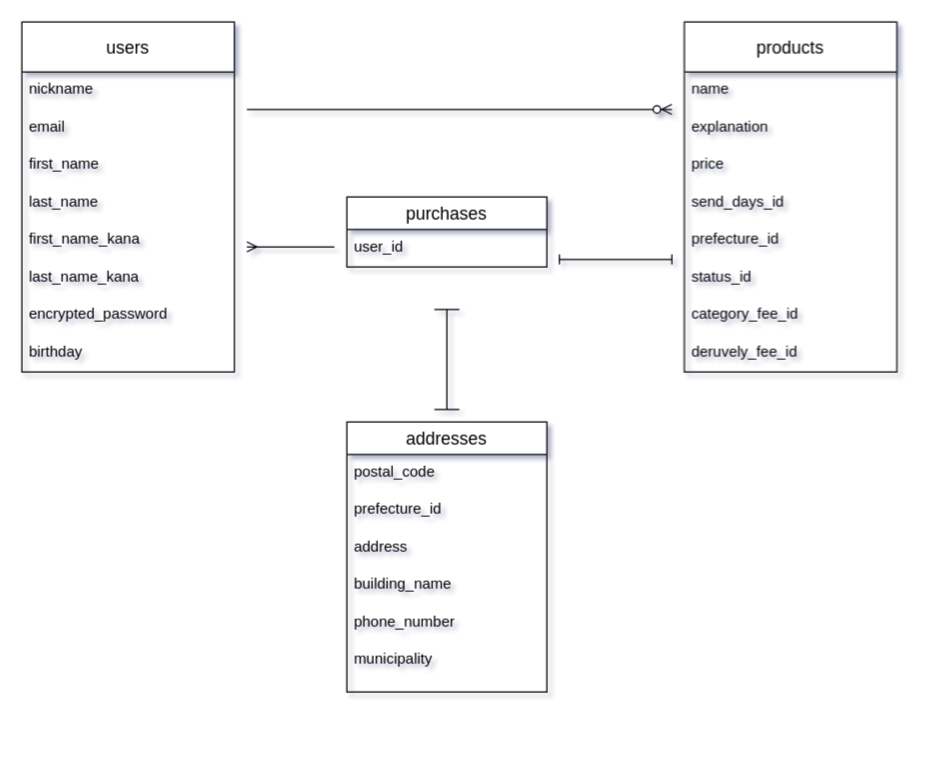
Before: er.dio in xxyychyo/furima-37867, a draw.io diagram. Source tidied: cells renumbered, new cells numbered last; positions are measured from the earlier drawing's top-left corner, leaving out a move shared by most shapes. Both pictures are drawn from the tidied source at 125%, with x=0, y=0 at pixel (21, 21).
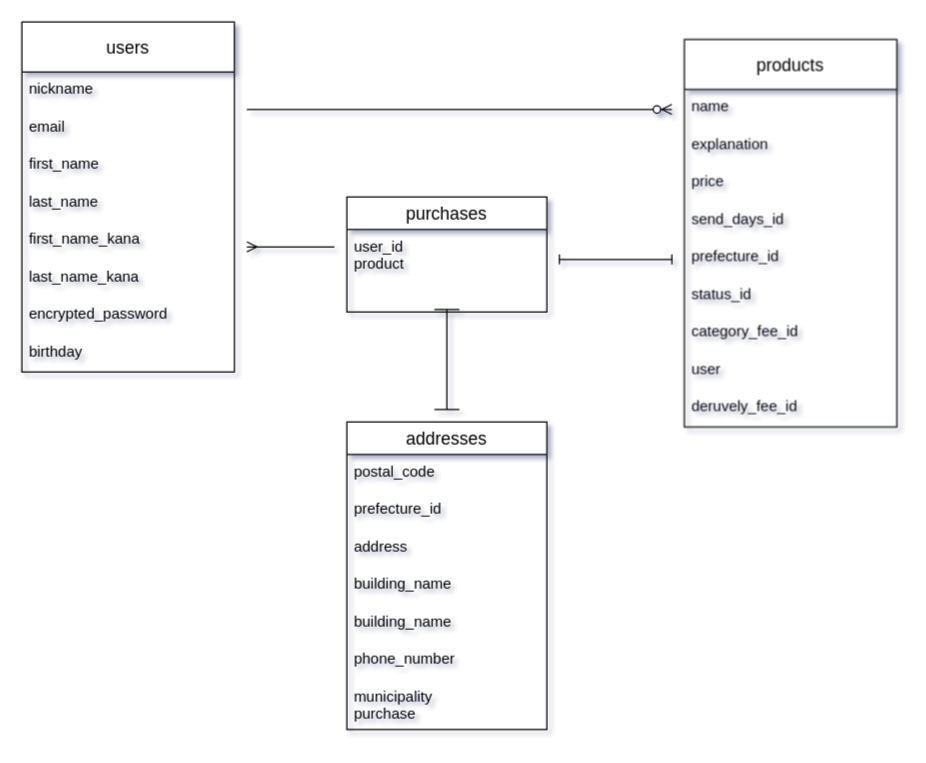
Above is the later version.

Change to the diagram source:
```diff
@@
     <mxCell id="2" value="products" style="swimlane;fontStyle=0;horizontal=1;startSize=40;align=center;fontSize=14;direction=east;" parent="1" vertex="1">
-      <mxGeometry x="530" width="170" height="280" as="geometry" />
+      <mxGeometry x="530" y="14" width="170" height="310" as="geometry" />
     </mxCell>
@@
+    <mxCell id="33" value="user&#10;" style="text;strokeColor=none;fillColor=none;spacingLeft=4;spacingRight=4;overflow=hidden;fontSize=12;" parent="2" vertex="1">
+      <mxGeometry y="250" width="170" height="30" as="geometry" />
+    </mxCell>
     <mxCell id="10" value="deruvely_fee_id" style="text;strokeColor=none;fillColor=none;spacingLeft=4;spacingRight=4;overflow=hidden;fontSize=12;" parent="2" vertex="1">
-      <mxGeometry y="250" width="170" height="30" as="geometry" />
+      <mxGeometry y="280" width="170" height="30" as="geometry" />
     </mxCell>
     <mxCell id="11" value="purchases" style="swimlane;fontStyle=0;horizontal=1;startSize=26;align=center;fontSize=14;" parent="1" vertex="1">
-      <mxGeometry x="260" y="140" width="160" height="56" as="geometry" />
+      <mxGeometry x="260" y="140" width="160" height="92" as="geometry" />
     </mxCell>
-    <mxCell id="12" value="user_id" style="text;strokeColor=none;fillColor=none;spacingLeft=4;spacingRight=4;overflow=hidden;fontSize=12;" parent="11" vertex="1">
-      <mxGeometry y="26" width="160" height="30" as="geometry" />
+    <mxCell id="12" value="user_id&#10;product        &#10;&#10;" style="text;strokeColor=none;fillColor=none;spacingLeft=4;spacingRight=4;overflow=hidden;fontSize=12;" parent="11" vertex="1">
+      <mxGeometry y="26" width="160" height="66" as="geometry" />
     </mxCell>
     <mxCell id="13" value="addresses" style="swimlane;fontStyle=0;horizontal=1;startSize=26;align=center;fontSize=14;" parent="1" vertex="1">
-      <mxGeometry x="260" y="320" width="160" height="216" as="geometry" />
+      <mxGeometry x="260" y="320" width="160" height="246" as="geometry" />
     </mxCell>
@@
+    <mxCell id="34" value="building_name" style="text;strokeColor=none;fillColor=none;spacingLeft=4;spacingRight=4;overflow=hidden;fontSize=12;whiteSpace=wrap;" parent="13" vertex="1">
+      <mxGeometry y="116" width="160" height="30" as="geometry" />
+    </mxCell>
     <mxCell id="17" value="building_name" style="text;strokeColor=none;fillColor=none;spacingLeft=4;spacingRight=4;overflow=hidden;fontSize=12;whiteSpace=wrap;" parent="13" vertex="1">
-      <mxGeometry y="116" width="160" height="30" as="geometry" />
+      <mxGeometry y="146" width="160" height="30" as="geometry" />
     </mxCell>
     <mxCell id="18" value="phone_number" style="text;strokeColor=none;fillColor=none;spacingLeft=4;spacingRight=4;overflow=hidden;fontSize=12;whiteSpace=wrap;" parent="13" vertex="1">
-      <mxGeometry y="146" width="160" height="30" as="geometry" />
+      <mxGeometry y="176" width="160" height="30" as="geometry" />
     </mxCell>
-    <mxCell id="19" value="municipality" style="text;strokeColor=none;fillColor=none;spacingLeft=4;spacingRight=4;overflow=hidden;fontSize=12;" parent="13" vertex="1">
-      <mxGeometry y="176" width="160" height="40" as="geometry" />
+    <mxCell id="19" value="municipality&#10;purchase " style="text;strokeColor=none;fillColor=none;spacingLeft=4;spacingRight=4;overflow=hidden;fontSize=12;" parent="13" vertex="1">
+      <mxGeometry y="206" width="160" height="40" as="geometry" />
     </mxCell>
```
